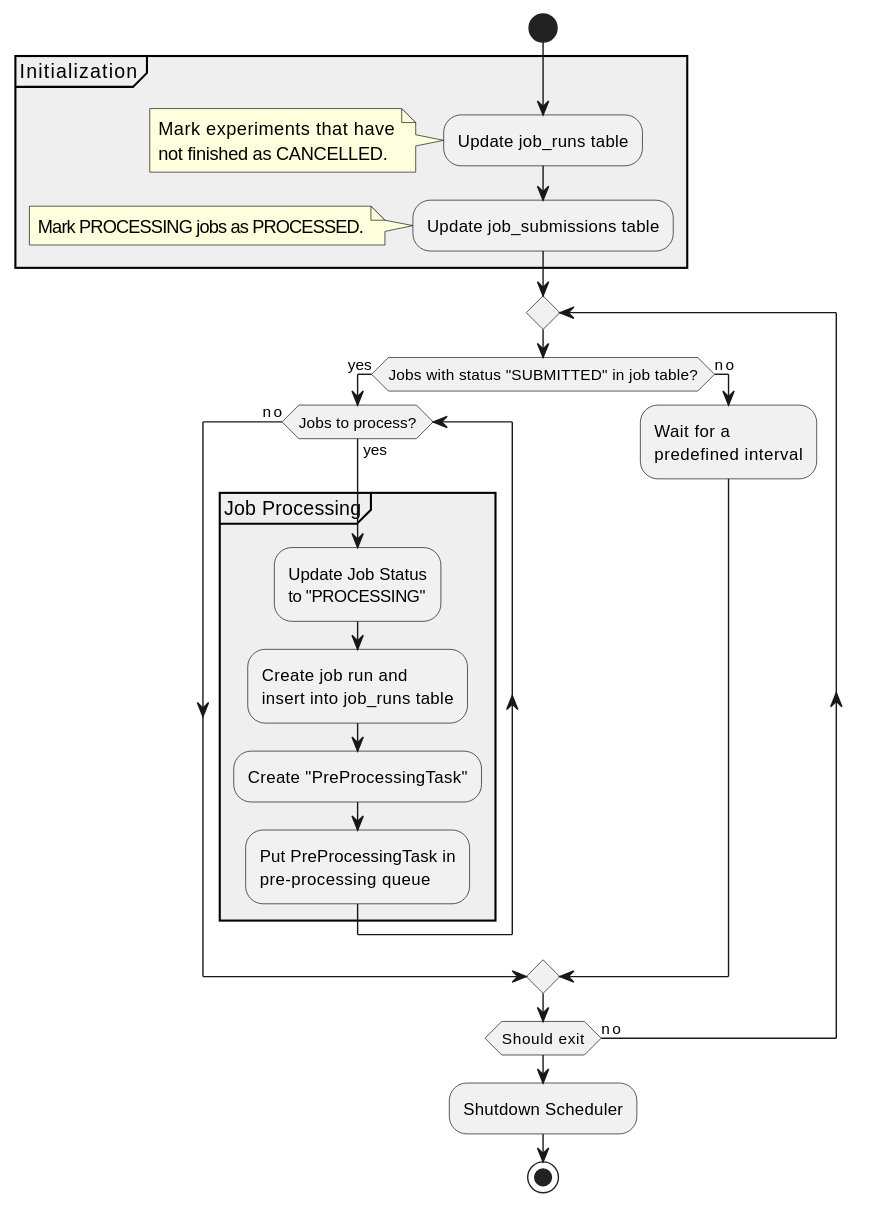
Before: docs/plantuml_diagrams/scheduler.svg, a diagram exported from PlantUML (tiqi-group/icon). The source it was exported from:
```plantuml
@startuml

start
partition #00000010 Initialization {
    :Update job_runs table;
    note left
        Mark experiments that have
        not finished as CANCELLED.
    end note
    :Update job_submissions table;
    note left
        Mark PROCESSING jobs as PROCESSED.
    end note
}
repeat
    if (Jobs with status "SUBMITTED" in job table?) then (yes)
        while (Jobs to process?) is (yes)
            partition #00000010 Job Processing {
                :Update Job Status
                to "PROCESSING";
                :Create job run and
                insert into job_runs table;
                :Create "PreProcessingTask";
                :Put PreProcessingTask in
                pre-processing queue;
            }
        endwhile (no)
    else (no)
        :Wait for a
        predefined interval;
    endif
repeat while (Should exit) is (no)

:Shutdown Scheduler;

stop
@enduml
```
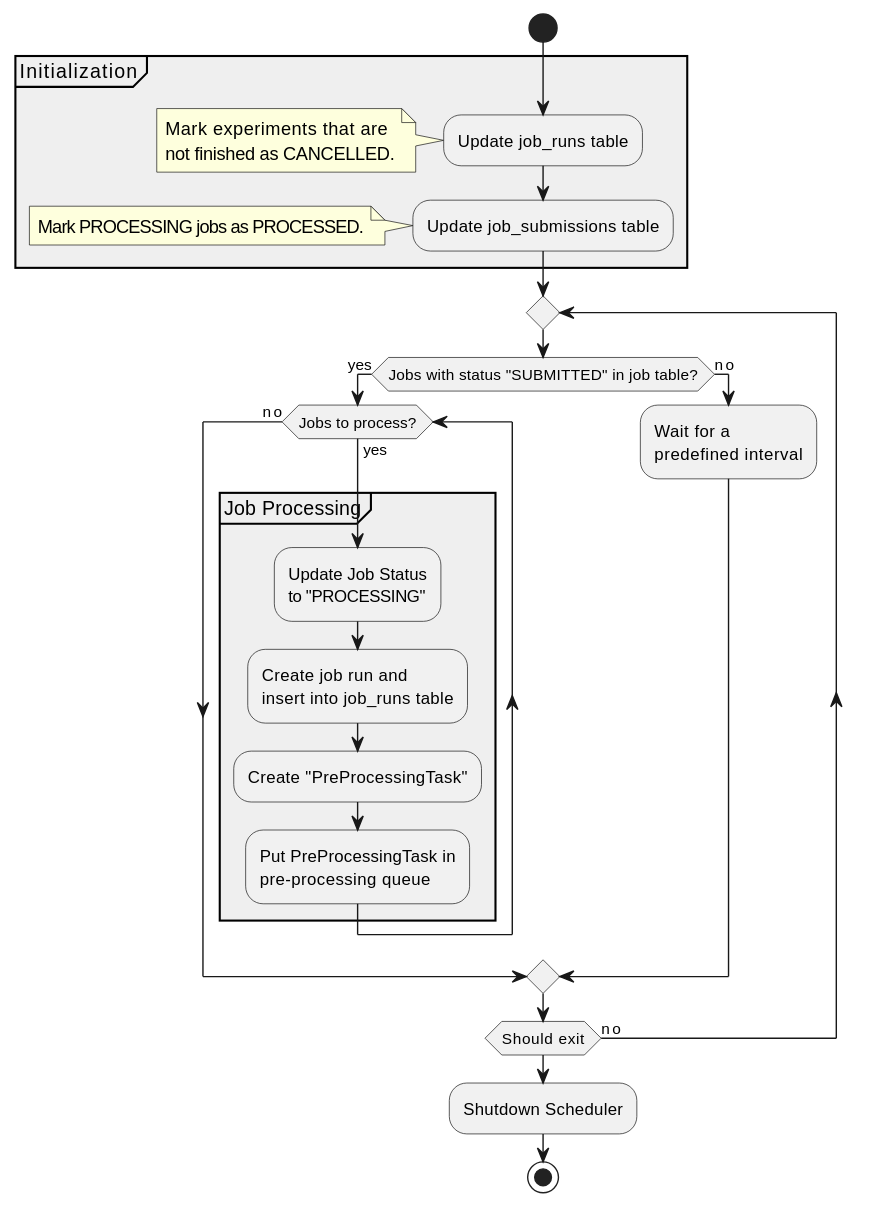
The same file after the commit.

Commit message:
updates scheduler diagram

Change to the diagram source:
```diff
@@ -4,7 +4,7 @@
 partition #00000010 Initialization {
     :Update job_runs table;
     note left
-        Mark experiments that have
+        Mark experiments that are
         not finished as CANCELLED.
     end note
     :Update job_submissions table;
```
